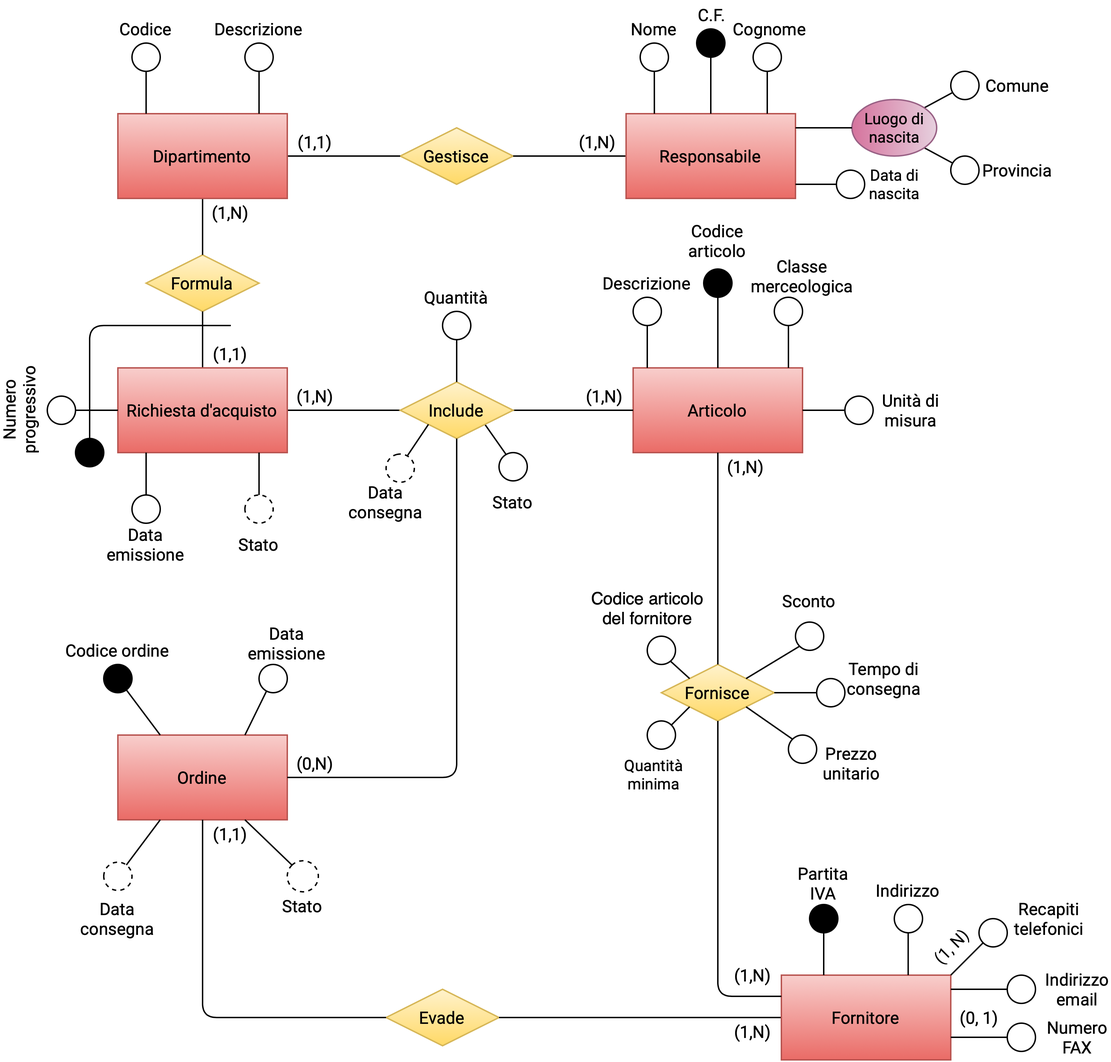
FraBomba6/Progetto_BdD keeps this draw.io diagram as ER.png. Above is the earlier version. Source tidied: cells renumbered, new cells last; positions are measured from the earlier drawing's top-left corner, leaving out a move shared by most shapes.
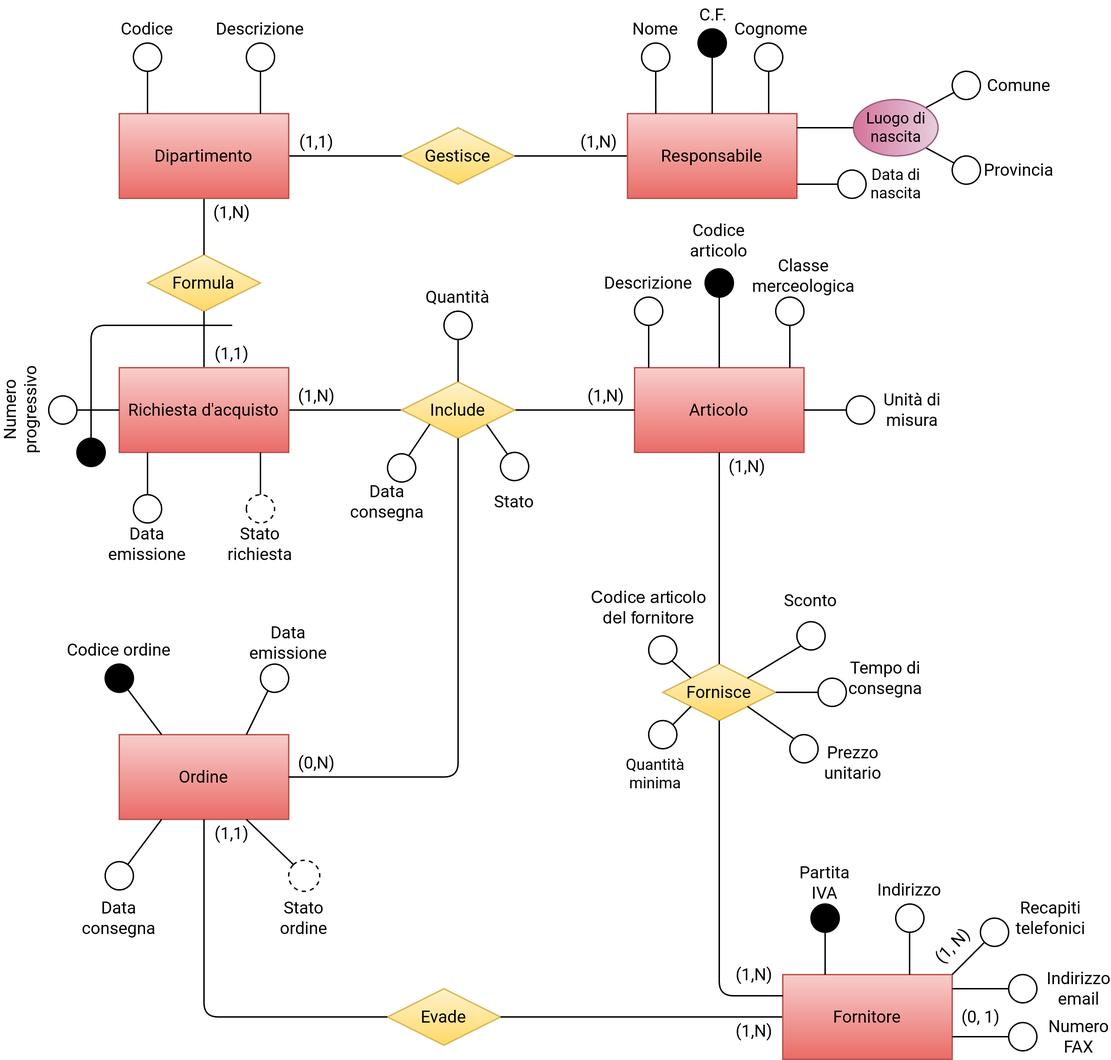
The same file after the commit.

Change to the diagram source:
```diff
@@ -5,7 +5,7 @@
     <mxCell id="2" style="group;rotation=45;" parent="1" vertex="1">
       <mxGeometry x="290" y="295" width="20" height="50" as="geometry" />
     </mxCell>
-    <mxCell id="3" style="ellipse;whiteSpace=wrap;html=1;fontFamily=Roboto;fontSource=https%3A%2F%2Ffonts.googleapis.com%2Fcss%3Ffamily%3DRoboto;rotation=-105;dashed=1;" parent="2" vertex="1">
+    <mxCell id="3" style="ellipse;whiteSpace=wrap;html=1;fontFamily=Roboto;fontSource=https%3A%2F%2Ffonts.googleapis.com%2Fcss%3Ffamily%3DRoboto;rotation=-105;" parent="2" vertex="1">
       <mxGeometry x="-10" y="26" width="20" height="20" as="geometry" />
     </mxCell>
     <mxCell id="4" style="endArrow=none;html=1;entryX=1;entryY=1;entryDx=0;entryDy=0;fontFamily=Roboto;fontSource=https%3A%2F%2Ffonts.googleapis.com%2Fcss%3Ffamily%3DRoboto;exitX=1;exitY=1;exitDx=0;exitDy=0;" parent="1" edge="1" source="55" target="137">
@@ -304,7 +304,7 @@
     <mxCell id="97" value="Tempo di consegna" style="text;html=1;strokeColor=none;fillColor=none;align=center;verticalAlign=middle;whiteSpace=wrap;rounded=0;fontFamily=Roboto;fontSource=https%3A%2F%2Ffonts.googleapis.com%2Fcss%3Ffamily%3DRoboto;rotation=0;" parent="1" vertex="1">
       <mxGeometry x="612.5" y="470" width="40" height="20" as="geometry" />
     </mxCell>
-    <mxCell id="98" style="ellipse;whiteSpace=wrap;html=1;fontFamily=Roboto;fontSource=https%3A%2F%2Ffonts.googleapis.com%2Fcss%3Ffamily%3DRoboto;rotation=-180;dashed=1;" parent="1" vertex="1">
+    <mxCell id="98" style="ellipse;whiteSpace=wrap;html=1;fontFamily=Roboto;fontSource=https%3A%2F%2Ffonts.googleapis.com%2Fcss%3Ffamily%3DRoboto;rotation=-180;" parent="1" vertex="1">
       <mxGeometry x="80" y="610" width="20" height="20" as="geometry" />
     </mxCell>
     <mxCell id="99" style="endArrow=none;html=1;fontFamily=Roboto;fontSource=https%3A%2F%2Ffonts.googleapis.com%2Fcss%3Ffamily%3DRoboto;exitX=0.25;exitY=1;exitDx=0;exitDy=0;" parent="1" edge="1" source="6" target="98">
@@ -436,7 +436,7 @@
         <mxPoint x="20" as="sourcePoint" />
       </mxGeometry>
     </mxCell>
-    <mxCell id="136" value="Stato" style="text;html=1;strokeColor=none;fillColor=none;align=center;verticalAlign=middle;whiteSpace=wrap;rounded=0;fontFamily=Roboto;fontSource=https%3A%2F%2Ffonts.googleapis.com%2Fcss%3Ffamily%3DRoboto;rotation=0;" parent="133" vertex="1">
+    <mxCell id="136" value="&lt;div&gt;Stato&lt;/div&gt;&lt;div&gt;richiesta&lt;br&gt;&lt;/div&gt;" style="text;html=1;strokeColor=none;fillColor=none;align=center;verticalAlign=middle;whiteSpace=wrap;rounded=0;fontFamily=Roboto;fontSource=https%3A%2F%2Ffonts.googleapis.com%2Fcss%3Ffamily%3DRoboto;rotation=0;" parent="133" vertex="1">
       <mxGeometry y="55" width="40" height="20" as="geometry" />
     </mxCell>
     <mxCell id="137" style="ellipse;whiteSpace=wrap;html=1;fontFamily=Roboto;fontSource=https%3A%2F%2Ffonts.googleapis.com%2Fcss%3Ffamily%3DRoboto;rotation=-165;" parent="1" vertex="1">
@@ -448,8 +448,8 @@
     <mxCell id="139" style="endArrow=none;html=1;entryX=0.928;entryY=0.51;entryDx=0;entryDy=0;fontFamily=Roboto;fontSource=https%3A%2F%2Ffonts.googleapis.com%2Fcss%3Ffamily%3DRoboto;entryPerimeter=0;exitX=0.75;exitY=1;exitDx=0;exitDy=0;" parent="1" edge="1" source="6" target="153">
       <mxGeometry relative="1" as="geometry" />
     </mxCell>
-    <mxCell id="140" value="Stato" style="text;html=1;strokeColor=none;fillColor=none;align=center;verticalAlign=middle;whiteSpace=wrap;rounded=0;fontFamily=Roboto;fontSource=https%3A%2F%2Ffonts.googleapis.com%2Fcss%3Ffamily%3DRoboto;rotation=0;" parent="1" vertex="1">
-      <mxGeometry x="201" y="631" width="40" height="20" as="geometry" />
+    <mxCell id="140" value="&lt;div&gt;Stato&lt;/div&gt;&lt;div&gt;ordine&lt;br&gt;&lt;/div&gt;" style="text;html=1;strokeColor=none;fillColor=none;align=center;verticalAlign=middle;whiteSpace=wrap;rounded=0;fontFamily=Roboto;fontSource=https%3A%2F%2Ffonts.googleapis.com%2Fcss%3Ffamily%3DRoboto;rotation=0;" parent="1" vertex="1">
+      <mxGeometry x="201" y="640" width="40" height="20" as="geometry" />
     </mxCell>
     <mxCell id="141" style="endArrow=none;html=1;exitX=0.5;exitY=0;exitDx=0;exitDy=0;" parent="1" edge="1" source="56">
       <mxGeometry relative="1" as="geometry">
```
